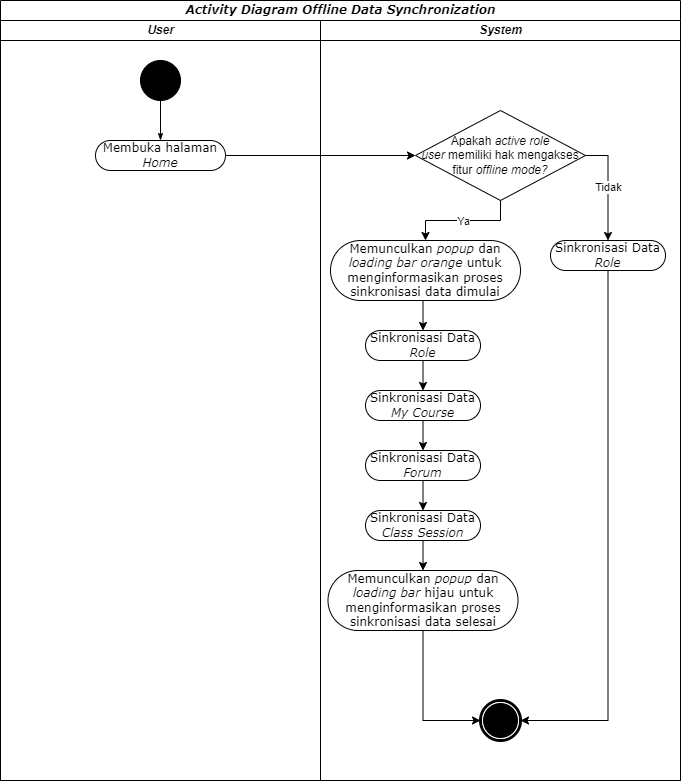
Earlier version of the draw.io export diagrams/sinkronisasi_data/Activity Diagram.drawio.png (angeliawidjaja/offline-mode-paper). Source tidied: cells renumbered, new cells last; positions are measured from the earlier drawing's top-left corner, leaving out a move shared by most shapes.
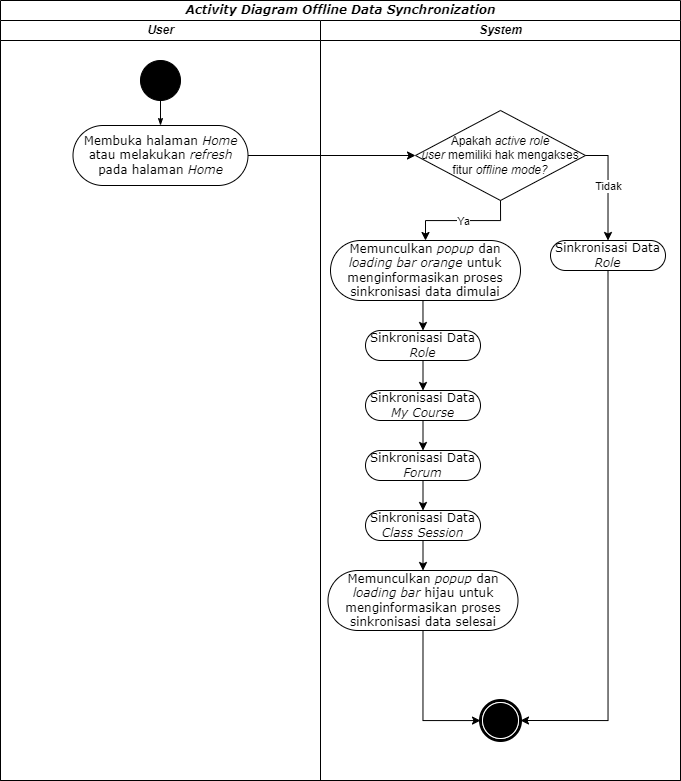
Later version of the same file.

Diff of the diagram source:
```diff
@@ -11,10 +11,10 @@
     <mxCell id="4" style="ellipse;whiteSpace=wrap;html=1;rounded=0;shadow=0;comic=0;labelBackgroundColor=none;strokeWidth=1;fillColor=#000000;fontFamily=Verdana;fontSize=12;align=center;" parent="3" vertex="1">
       <mxGeometry x="140" y="40" width="40" height="40" as="geometry" />
     </mxCell>
-    <mxCell id="5" value="Membuka halaman &lt;i&gt;Home&lt;/i&gt;" style="rounded=1;whiteSpace=wrap;html=1;shadow=0;comic=0;labelBackgroundColor=none;strokeWidth=1;fontFamily=Verdana;fontSize=12;align=center;arcSize=50;" parent="3" vertex="1">
-      <mxGeometry x="95" y="120" width="130" height="30" as="geometry" />
+    <mxCell id="5" value="Membuka halaman &lt;i&gt;Home &lt;/i&gt;atau melakukan &lt;i&gt;refresh &lt;/i&gt;pada halaman &lt;i&gt;Home&lt;/i&gt;" style="rounded=1;whiteSpace=wrap;html=1;shadow=0;comic=0;labelBackgroundColor=none;strokeWidth=1;fontFamily=Verdana;fontSize=12;align=center;arcSize=50;" parent="3" vertex="1">
+      <mxGeometry x="72.5" y="105" width="175" height="60" as="geometry" />
     </mxCell>
-    <mxCell id="6" style="edgeStyle=orthogonalEdgeStyle;rounded=0;html=1;labelBackgroundColor=none;startArrow=none;startFill=0;startSize=5;endArrow=classicThin;endFill=1;endSize=5;jettySize=auto;strokeWidth=1;fontFamily=Verdana;fontSize=12;" parent="3" edge="1" source="4" target="5">
+    <mxCell id="6" style="rounded=0;html=1;labelBackgroundColor=none;startArrow=none;startFill=0;startSize=5;endArrow=classicThin;endFill=1;endSize=5;jettySize=auto;strokeWidth=1;fontFamily=Verdana;fontSize=12;" parent="3" edge="1" source="4" target="5">
       <mxGeometry relative="1" as="geometry" />
     </mxCell>
     <mxCell id="7" value="&lt;i&gt;System&lt;/i&gt;" style="swimlane;html=1;startSize=20;" parent="2" vertex="1">
@@ -84,7 +84,7 @@
     <mxCell id="27" value="Memunculkan &lt;i&gt;popup &lt;/i&gt;dan &lt;i&gt;loading bar &lt;/i&gt;hijau&lt;i&gt;&amp;nbsp;&lt;/i&gt;untuk menginformasikan proses sinkronisasi data selesai" style="rounded=1;whiteSpace=wrap;html=1;shadow=0;comic=0;labelBackgroundColor=none;strokeWidth=1;fontFamily=Verdana;fontSize=12;align=center;arcSize=50;" parent="7" vertex="1">
       <mxGeometry x="7.5" y="550" width="190" height="60" as="geometry" />
     </mxCell>
-    <mxCell id="28" style="edgeStyle=orthogonalEdgeStyle;rounded=0;jettySize=auto;html=1;exitX=1;exitY=0.5;exitDx=0;exitDy=0;" parent="2" edge="1" source="5" target="9">
+    <mxCell id="28" style="rounded=0;jettySize=auto;html=1;exitX=1;exitY=0.5;exitDx=0;exitDy=0;" parent="2" edge="1" source="5" target="9">
       <mxGeometry relative="1" as="geometry" />
     </mxCell>
   </root>
```
